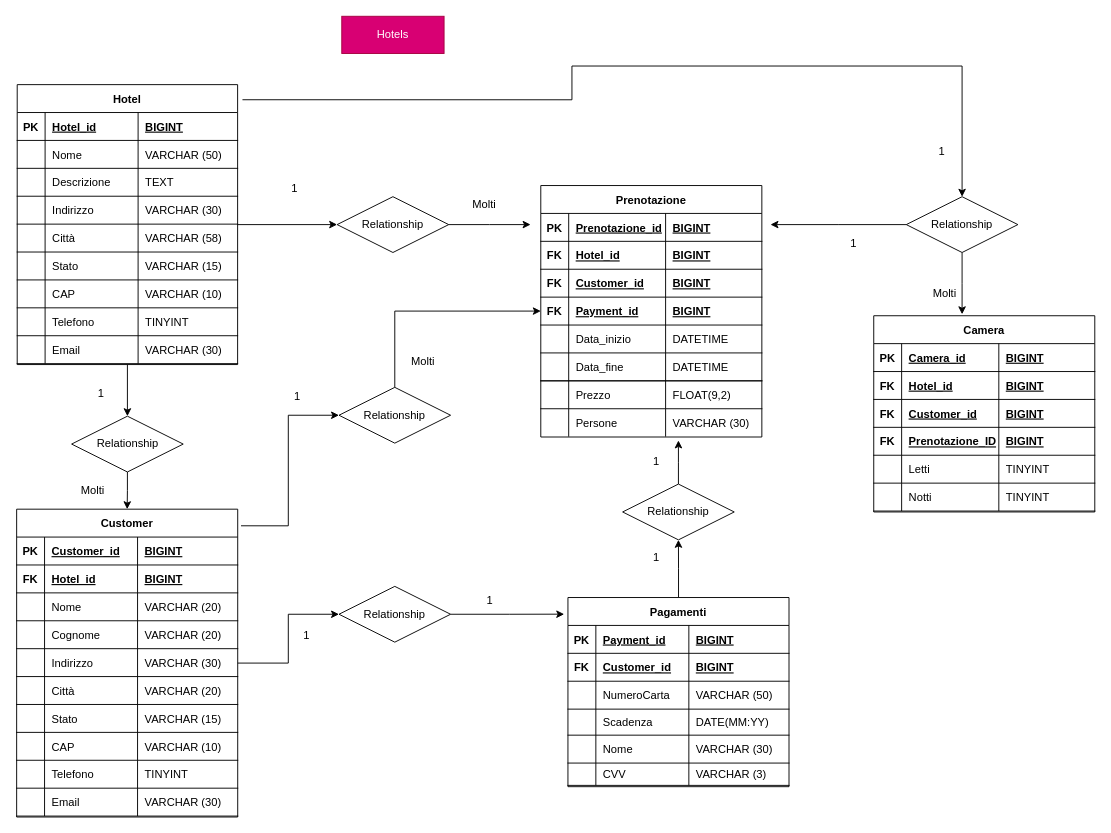
Above: diagram.drawio in andreadau/db-first (draw.io), before the change. Source tidied: cells renumbered, new cells numbered last; positions are measured from the earlier drawing's top-left corner, leaving out a move shared by most shapes. Both pictures are drawn from the tidied source at 93%, with x=0, y=0 at pixel (16, 16).
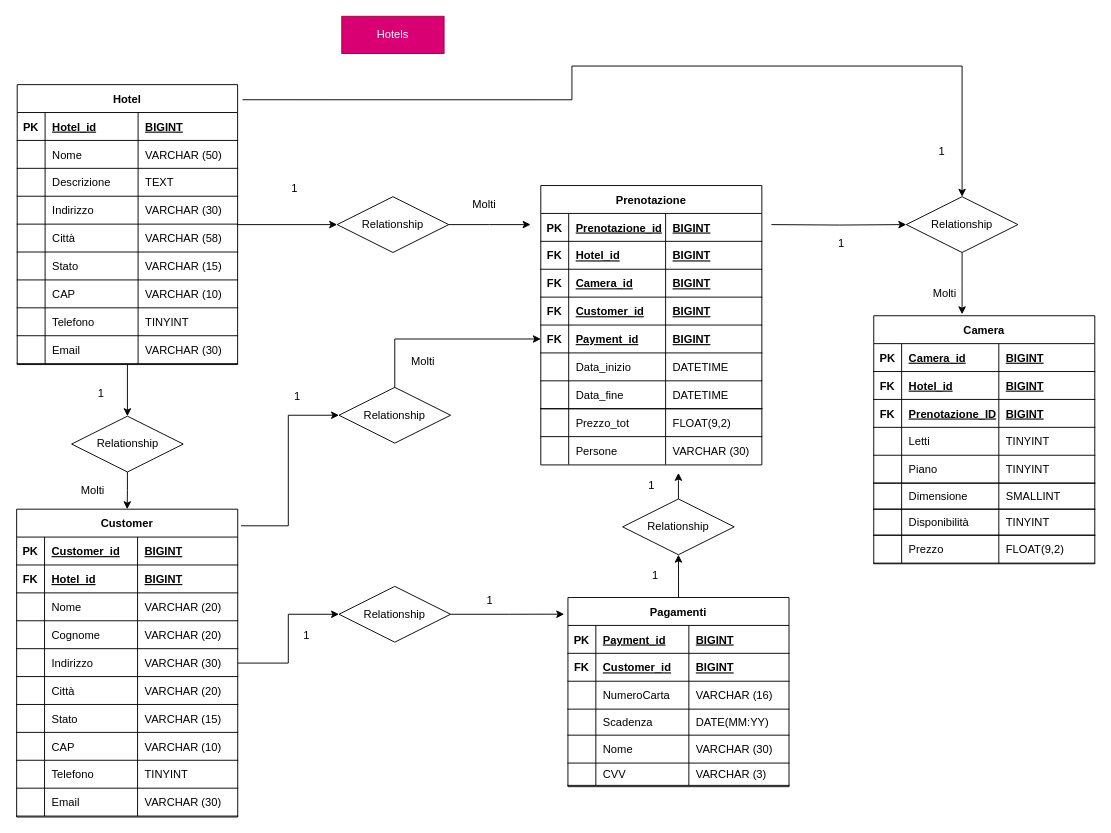
After the change.

Commit message (it also covers changes not shown here):
Hotel DB Diagram !ADD!

Unchanged cells that the change refers to:
```xml
<mxCell id="96" style="shape=partialRectangle;fillColor=none;top=0;left=0;bottom=0;right=0;" parent="87" vertex="1">
  <mxGeometry y="90" width="237.7" height="30" as="geometry" />
</mxCell>
<mxCell id="192" value="Relationship" style="shape=rhombus;perimeter=rhombusPerimeter;whiteSpace=wrap;html=1;align=center;" parent="1" vertex="1">
  <mxGeometry x="957" y="194" width="120" height="60" as="geometry" />
</mxCell>
```

Diff of the diagram source:
```diff
@@
-    <mxCell id="99" value="VARCHAR (50)" style="shape=partialRectangle;fillColor=none;top=0;left=0;bottom=0;right=0;align=left;spacingLeft=6;overflow=hidden;" parent="96" vertex="1">
+    <mxCell id="99" value="VARCHAR (16)" style="shape=partialRectangle;fillColor=none;top=0;left=0;bottom=0;right=0;align=left;spacingLeft=6;overflow=hidden;" parent="96" vertex="1">
       <mxGeometry x="130" width="107.6" height="30" as="geometry" />
     </mxCell>
@@
     <mxCell id="112" value="Camera" style="shape=table;startSize=30;childLayout=tableLayout;rowLines=0;fontStyle=1;align=center;" parent="1" vertex="1">
-      <mxGeometry x="922" y="322" width="237.7" height="211" as="geometry" />
+      <mxGeometry x="922" y="322" width="237.7" height="266.7" as="geometry" />
     </mxCell>
@@
-    <mxCell id="121" style="shape=partialRectangle;fillColor=none;top=0;left=0;bottom=1;right=0;" parent="112" vertex="1">
-      <mxGeometry y="90" width="237.7" height="30" as="geometry" />
-    </mxCell>
-    <mxCell id="122" value="FK" style="shape=partialRectangle;fillColor=none;top=0;left=0;bottom=0;right=0;fontStyle=1;overflow=hidden;" parent="121" vertex="1">
-      <mxGeometry width="30" height="30" as="geometry" />
-    </mxCell>
-    <mxCell id="123" value="Customer_id" style="shape=partialRectangle;fillColor=none;top=0;left=0;bottom=0;right=0;align=left;spacingLeft=6;fontStyle=5;overflow=hidden;" parent="121" vertex="1">
-      <mxGeometry x="30" width="104.5" height="30" as="geometry" />
-    </mxCell>
-    <mxCell id="124" value="BIGINT" style="shape=partialRectangle;fillColor=none;top=0;left=0;bottom=0;right=0;align=left;spacingLeft=6;fontStyle=5;overflow=hidden;" parent="121" vertex="1">
-      <mxGeometry x="134.5" width="103.2" height="30" as="geometry" />
-    </mxCell>
     <mxCell id="125" style="shape=partialRectangle;fillColor=none;top=0;left=0;bottom=1;right=0;" parent="112" vertex="1">
-      <mxGeometry y="120" width="237.7" height="30" as="geometry" />
+      <mxGeometry y="90" width="237.7" height="30" as="geometry" />
     </mxCell>
@@
     <mxCell id="129" style="shape=partialRectangle;fillColor=none;top=0;left=0;bottom=0;right=0;" parent="112" vertex="1">
-      <mxGeometry y="150" width="237.7" height="30" as="geometry" />
+      <mxGeometry y="120" width="237.7" height="30" as="geometry" />
     </mxCell>
@@
-    <mxCell id="133" style="shape=partialRectangle;fillColor=none;top=1;left=0;bottom=1;right=0;" parent="112" vertex="1">
-      <mxGeometry y="180" width="237.7" height="30" as="geometry" />
-    </mxCell>
-    <mxCell id="134" style="shape=partialRectangle;fillColor=none;top=0;left=0;bottom=0;right=0;overflow=hidden;" parent="133" vertex="1">
-      <mxGeometry width="30" height="30" as="geometry" />
-    </mxCell>
-    <mxCell id="135" value="Notti" style="shape=partialRectangle;fillColor=none;top=0;left=0;bottom=0;right=0;align=left;spacingLeft=6;overflow=hidden;" parent="133" vertex="1">
-      <mxGeometry x="30" width="104.5" height="30" as="geometry" />
-    </mxCell>
+    <mxCell id="196" style="shape=partialRectangle;fillColor=none;top=1;left=0;bottom=1;right=0;" parent="112" vertex="1">
+      <mxGeometry y="150" width="237.7" height="30" as="geometry" />
+    </mxCell>
+    <mxCell id="197" style="shape=partialRectangle;fillColor=none;top=0;left=0;bottom=0;right=0;overflow=hidden;" parent="196" vertex="1">
+      <mxGeometry width="30" height="30" as="geometry" />
+    </mxCell>
+    <mxCell id="198" value="Piano" style="shape=partialRectangle;fillColor=none;top=0;left=0;bottom=0;right=0;align=left;spacingLeft=6;overflow=hidden;" parent="196" vertex="1">
+      <mxGeometry x="30" width="104.5" height="30" as="geometry" />
+    </mxCell>
-    <mxCell id="136" value="TINYINT" style="shape=partialRectangle;fillColor=none;top=0;left=0;bottom=0;right=0;align=left;spacingLeft=6;overflow=hidden;" parent="133" vertex="1">
+    <mxCell id="136" value="TINYINT" style="shape=partialRectangle;fillColor=none;top=0;left=0;bottom=0;right=0;align=left;spacingLeft=6;overflow=hidden;" parent="196" vertex="1">
       <mxGeometry x="134.5" width="103.2" height="30" as="geometry" />
     </mxCell>
+    <mxCell id="199" style="shape=partialRectangle;fillColor=none;top=1;left=0;bottom=1;right=0;" parent="112" vertex="1">
+      <mxGeometry y="180" width="237.7" height="28" as="geometry" />
+    </mxCell>
+    <mxCell id="200" style="shape=partialRectangle;fillColor=none;top=0;left=0;bottom=0;right=0;overflow=hidden;" parent="199" vertex="1">
+      <mxGeometry width="30" height="28" as="geometry" />
+    </mxCell>
+    <mxCell id="201" value="Dimensione" style="shape=partialRectangle;fillColor=none;top=0;left=0;bottom=0;right=0;align=left;spacingLeft=6;overflow=hidden;" parent="199" vertex="1">
+      <mxGeometry x="30" width="104.5" height="28" as="geometry" />
+    </mxCell>
+    <mxCell id="202" value="SMALLINT" style="shape=partialRectangle;fillColor=none;top=0;left=0;bottom=0;right=0;align=left;spacingLeft=6;overflow=hidden;" parent="199" vertex="1">
+      <mxGeometry x="134.5" width="103.2" height="28" as="geometry" />
+    </mxCell>
+    <mxCell id="203" style="shape=partialRectangle;fillColor=none;top=1;left=0;bottom=1;right=0;" parent="112" vertex="1">
+      <mxGeometry y="208" width="237.7" height="28" as="geometry" />
+    </mxCell>
+    <mxCell id="204" style="shape=partialRectangle;fillColor=none;top=0;left=0;bottom=0;right=0;overflow=hidden;" parent="203" vertex="1">
+      <mxGeometry width="30" height="28" as="geometry" />
+    </mxCell>
+    <mxCell id="205" value="Disponibilità" style="shape=partialRectangle;fillColor=none;top=0;left=0;bottom=0;right=0;align=left;spacingLeft=6;overflow=hidden;" parent="203" vertex="1">
+      <mxGeometry x="30" width="104.5" height="28" as="geometry" />
+    </mxCell>
+    <mxCell id="206" value="TINYINT" style="shape=partialRectangle;fillColor=none;top=0;left=0;bottom=0;right=0;align=left;spacingLeft=6;overflow=hidden;" parent="203" vertex="1">
+      <mxGeometry x="134.5" width="103.2" height="28" as="geometry" />
+    </mxCell>
+    <mxCell id="207" style="shape=partialRectangle;fillColor=none;top=1;left=0;bottom=1;right=0;" parent="112" vertex="1">
+      <mxGeometry y="236" width="237.7" height="30" as="geometry" />
+    </mxCell>
+    <mxCell id="208" style="shape=partialRectangle;fillColor=none;top=0;left=0;bottom=0;right=0;overflow=hidden;" parent="207" vertex="1">
+      <mxGeometry width="30" height="30" as="geometry" />
+    </mxCell>
+    <mxCell id="209" value="Prezzo" style="shape=partialRectangle;fillColor=none;top=0;left=0;bottom=0;right=0;align=left;spacingLeft=6;overflow=hidden;" parent="207" vertex="1">
+      <mxGeometry x="30" width="104.5" height="30" as="geometry" />
+    </mxCell>
+    <mxCell id="210" value="FLOAT(9,2)" style="shape=partialRectangle;fillColor=none;top=0;left=0;bottom=0;right=0;align=left;spacingLeft=6;overflow=hidden;" parent="207" vertex="1">
+      <mxGeometry x="134.5" width="103.2" height="30" as="geometry" />
+    </mxCell>
@@
     <mxCell id="141" style="edgeStyle=orthogonalEdgeStyle;rounded=0;jettySize=auto;html=1;" parent="1" edge="1" source="142">
       <mxGeometry relative="1" as="geometry">
-        <mxPoint x="712" y="456.1" as="targetPoint" />
+        <mxPoint x="712" y="491" as="targetPoint" />
       </mxGeometry>
     </mxCell>
     <mxCell id="142" value="Relationship" style="shape=rhombus;perimeter=rhombusPerimeter;whiteSpace=wrap;html=1;align=center;" parent="1" vertex="1">
-      <mxGeometry x="652" y="503" width="120" height="60" as="geometry" />
+      <mxGeometry x="652" y="519" width="120" height="60" as="geometry" />
     </mxCell>
@@
     <mxCell id="151" value="1" style="text;html=1;align=center;verticalAlign=middle;" parent="1" vertex="1">
-      <mxGeometry x="679" y="573" width="17" height="18" as="geometry" />
+      <mxGeometry x="678" y="593" width="17" height="18" as="geometry" />
     </mxCell>
     <mxCell id="152" value="1" style="text;html=1;align=center;verticalAlign=middle;" parent="1" vertex="1">
-      <mxGeometry x="679" y="470" width="17" height="18" as="geometry" />
+      <mxGeometry x="674.3" y="496" width="17" height="18" as="geometry" />
     </mxCell>
@@
+    <mxCell id="211" style="edgeStyle=orthogonalEdgeStyle;rounded=0;jettySize=auto;html=1;" parent="1" edge="1" target="192">
+      <mxGeometry relative="1" as="geometry">
+        <mxPoint x="812" y="224" as="sourcePoint" />
+      </mxGeometry>
+    </mxCell>
     <mxCell id="157" value="Prenotazione" style="shape=table;startSize=30;childLayout=tableLayout;rowLines=0;fontStyle=1;align=center;" parent="1" vertex="1">
-      <mxGeometry x="564" y="182" width="237.7" height="270.4" as="geometry" />
+      <mxGeometry x="564" y="182" width="237.7" height="300.4" as="geometry" />
     </mxCell>
@@
+    <mxCell id="121" style="shape=partialRectangle;fillColor=none;top=0;left=0;bottom=1;right=0;" parent="157" vertex="1">
+      <mxGeometry y="90" width="237.7" height="30" as="geometry" />
+    </mxCell>
+    <mxCell id="122" value="FK" style="shape=partialRectangle;fillColor=none;top=0;left=0;bottom=0;right=0;fontStyle=1;overflow=hidden;" parent="121" vertex="1">
+      <mxGeometry width="30" height="30" as="geometry" />
+    </mxCell>
+    <mxCell id="212" value="Camera_id" style="shape=partialRectangle;fillColor=none;top=0;left=0;bottom=0;right=0;align=left;spacingLeft=6;fontStyle=5;overflow=hidden;" parent="121" vertex="1">
+      <mxGeometry x="30" width="104.2" height="30" as="geometry" />
+    </mxCell>
+    <mxCell id="124" value="BIGINT" style="shape=partialRectangle;fillColor=none;top=0;left=0;bottom=0;right=0;align=left;spacingLeft=6;fontStyle=5;overflow=hidden;" parent="121" vertex="1">
+      <mxGeometry x="134.2" width="103.5" height="30" as="geometry" />
+    </mxCell>
     <mxCell id="166" style="shape=partialRectangle;fillColor=none;top=0;left=0;bottom=1;right=0;" parent="157" vertex="1">
-      <mxGeometry y="90" width="237.7" height="30" as="geometry" />
+      <mxGeometry y="120" width="237.7" height="30" as="geometry" />
     </mxCell>
@@
     <mxCell id="170" style="shape=partialRectangle;fillColor=none;top=0;left=0;bottom=1;right=0;points=[[0,0.5],[1,0.5]];portConstraint=eastwest;" parent="157" vertex="1">
-      <mxGeometry y="120" width="237.7" height="30" as="geometry" />
+      <mxGeometry y="150" width="237.7" height="30" as="geometry" />
     </mxCell>
@@
     <mxCell id="174" style="shape=partialRectangle;fillColor=none;top=0;left=0;bottom=0;right=0;" parent="157" vertex="1">
-      <mxGeometry y="150" width="237.7" height="30" as="geometry" />
+      <mxGeometry y="180" width="237.7" height="30" as="geometry" />
     </mxCell>
@@
     <mxCell id="178" style="shape=partialRectangle;fillColor=none;top=1;left=0;bottom=1;right=0;" parent="157" vertex="1">
-      <mxGeometry y="180" width="237.7" height="30" as="geometry" />
+      <mxGeometry y="210" width="237.7" height="30" as="geometry" />
     </mxCell>
@@
     <mxCell id="182" style="shape=partialRectangle;fillColor=none;top=1;left=0;bottom=1;right=0;" parent="157" vertex="1">
-      <mxGeometry y="210" width="237.7" height="30" as="geometry" />
+      <mxGeometry y="240" width="237.7" height="30" as="geometry" />
     </mxCell>
@@
-    <mxCell id="184" value="Prezzo" style="shape=partialRectangle;fillColor=none;top=0;left=0;bottom=0;right=0;align=left;spacingLeft=6;overflow=hidden;" parent="182" vertex="1">
+    <mxCell id="184" value="Prezzo_tot" style="shape=partialRectangle;fillColor=none;top=0;left=0;bottom=0;right=0;align=left;spacingLeft=6;overflow=hidden;" parent="182" vertex="1">
       <mxGeometry x="30" width="104.2" height="30" as="geometry" />
     </mxCell>
@@
     <mxCell id="186" style="shape=partialRectangle;fillColor=none;top=0;left=0;bottom=0;right=0;" parent="157" vertex="1">
-      <mxGeometry y="240" width="237.7" height="30" as="geometry" />
+      <mxGeometry y="270" width="237.7" height="30" as="geometry" />
     </mxCell>
@@
-    <mxCell id="191" style="edgeStyle=orthogonalEdgeStyle;rounded=0;jettySize=auto;html=1;" parent="1" edge="1" source="192">
-      <mxGeometry relative="1" as="geometry">
-        <mxPoint x="811" y="224" as="targetPoint" />
-      </mxGeometry>
-    </mxCell>
@@
     <mxCell id="193" value="1" style="text;html=1;align=center;verticalAlign=middle;" parent="1" vertex="1">
-      <mxGeometry x="891" y="236" width="17" height="18" as="geometry" />
+      <mxGeometry x="878" y="236" width="17" height="18" as="geometry" />
     </mxCell>
```
